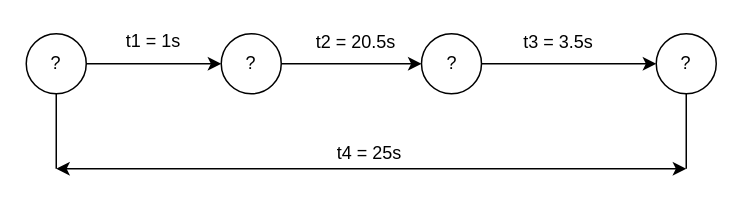
Before: Tesis/Tiempos.drawio in jfnando3030/Maestria-de-Sofware, a draw.io diagram. Source tidied: cells renumbered, new cells numbered last; positions are measured from the earlier drawing's top-left corner, leaving out a move shared by most shapes. Both pictures are drawn from the tidied source at 150%, with x=0, y=0 at pixel (26, 26).
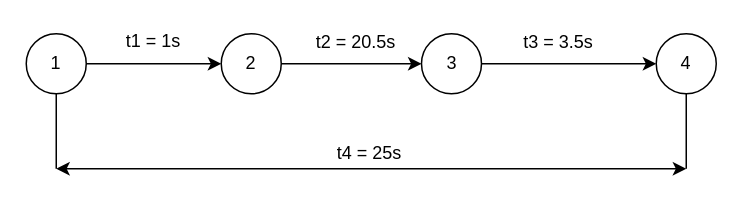
The same page after the edit.

Diff of the diagram source:
```diff
@@
 <mxGraphModel>
   <root>
     <mxCell id="0" />
     <mxCell id="1" parent="0" />
-    <mxCell id="2" value="?" style="ellipse;whiteSpace=wrap;html=1;" parent="1" vertex="1">
+    <mxCell id="2" value="1" style="ellipse;whiteSpace=wrap;html=1;" parent="1" vertex="1">
       <mxGeometry y="5" width="40" height="40" as="geometry" />
     </mxCell>
-    <mxCell id="3" value="?" style="ellipse;whiteSpace=wrap;html=1;" parent="1" vertex="1">
+    <mxCell id="3" value="2" style="ellipse;whiteSpace=wrap;html=1;" parent="1" vertex="1">
       <mxGeometry x="130" y="5" width="40" height="40" as="geometry" />
     </mxCell>
-    <mxCell id="4" value="?" style="ellipse;whiteSpace=wrap;html=1;" parent="1" vertex="1">
+    <mxCell id="4" value="3" style="ellipse;whiteSpace=wrap;html=1;" parent="1" vertex="1">
       <mxGeometry x="263.5" y="5" width="40" height="40" as="geometry" />
     </mxCell>
-    <mxCell id="5" value="?" style="ellipse;whiteSpace=wrap;html=1;" parent="1" vertex="1">
+    <mxCell id="5" value="4" style="ellipse;whiteSpace=wrap;html=1;" parent="1" vertex="1">
       <mxGeometry x="420" y="5" width="40" height="40" as="geometry" />
     </mxCell>
     <mxCell id="6" style="endArrow=none;html=1;entryX=0.5;entryY=1;entryDx=0;entryDy=0;" parent="1" edge="1" target="2">
       <mxGeometry relative="1" as="geometry">
         <mxPoint x="20" y="95" as="sourcePoint" />
       </mxGeometry>
     </mxCell>
     <mxCell id="7" style="endArrow=none;html=1;entryX=0.5;entryY=1;entryDx=0;entryDy=0;" parent="1" edge="1" target="5">
       <mxGeometry relative="1" as="geometry">
         <mxPoint x="440" y="95" as="sourcePoint" />
       </mxGeometry>
     </mxCell>
     <mxCell id="8" style="endArrow=classic;html=1;exitX=1;exitY=0.5;exitDx=0;exitDy=0;entryX=0;entryY=0.5;entryDx=0;entryDy=0;" parent="1" edge="1" source="2" target="3">
       <mxGeometry relative="1" as="geometry" />
     </mxCell>
     <mxCell id="9" style="endArrow=classic;html=1;exitX=1;exitY=0.5;exitDx=0;exitDy=0;entryX=0;entryY=0.5;entryDx=0;entryDy=0;" parent="1" edge="1" source="3" target="4">
       <mxGeometry relative="1" as="geometry" />
     </mxCell>
     <mxCell id="10" style="endArrow=classic;html=1;exitX=1;exitY=0.5;exitDx=0;exitDy=0;entryX=0;entryY=0.5;entryDx=0;entryDy=0;" parent="1" edge="1" source="4" target="5">
       <mxGeometry relative="1" as="geometry" />
     </mxCell>
     <mxCell id="11" style="endArrow=classic;startArrow=classic;html=1;" parent="1" edge="1">
       <mxGeometry relative="1" as="geometry">
         <mxPoint x="20" y="95" as="sourcePoint" />
         <mxPoint x="440" y="95" as="targetPoint" />
       </mxGeometry>
     </mxCell>
     <mxCell id="12" value="t2 = 20.5s" style="text;html=1;strokeColor=none;fillColor=none;align=center;verticalAlign=middle;whiteSpace=wrap;rounded=0;" parent="1" vertex="1">
       <mxGeometry x="180" y="1" width="80" height="20" as="geometry" />
     </mxCell>
     <mxCell id="13" value="t1 = 1s" style="text;html=1;strokeColor=none;fillColor=none;align=center;verticalAlign=middle;whiteSpace=wrap;rounded=0;" parent="1" vertex="1">
       <mxGeometry x="50" width="70" height="20" as="geometry" />
     </mxCell>
     <mxCell id="14" value="t4 = 25s" style="text;html=1;strokeColor=none;fillColor=none;align=center;verticalAlign=middle;whiteSpace=wrap;rounded=0;" parent="1" vertex="1">
       <mxGeometry x="193.5" y="75" width="70" height="20" as="geometry" />
     </mxCell>
     <mxCell id="15" value="t3 = 3.5s" style="text;html=1;strokeColor=none;fillColor=none;align=center;verticalAlign=middle;whiteSpace=wrap;rounded=0;" parent="1" vertex="1">
       <mxGeometry x="320" y="1" width="70" height="20" as="geometry" />
     </mxCell>
   </root>
 </mxGraphModel>
```
